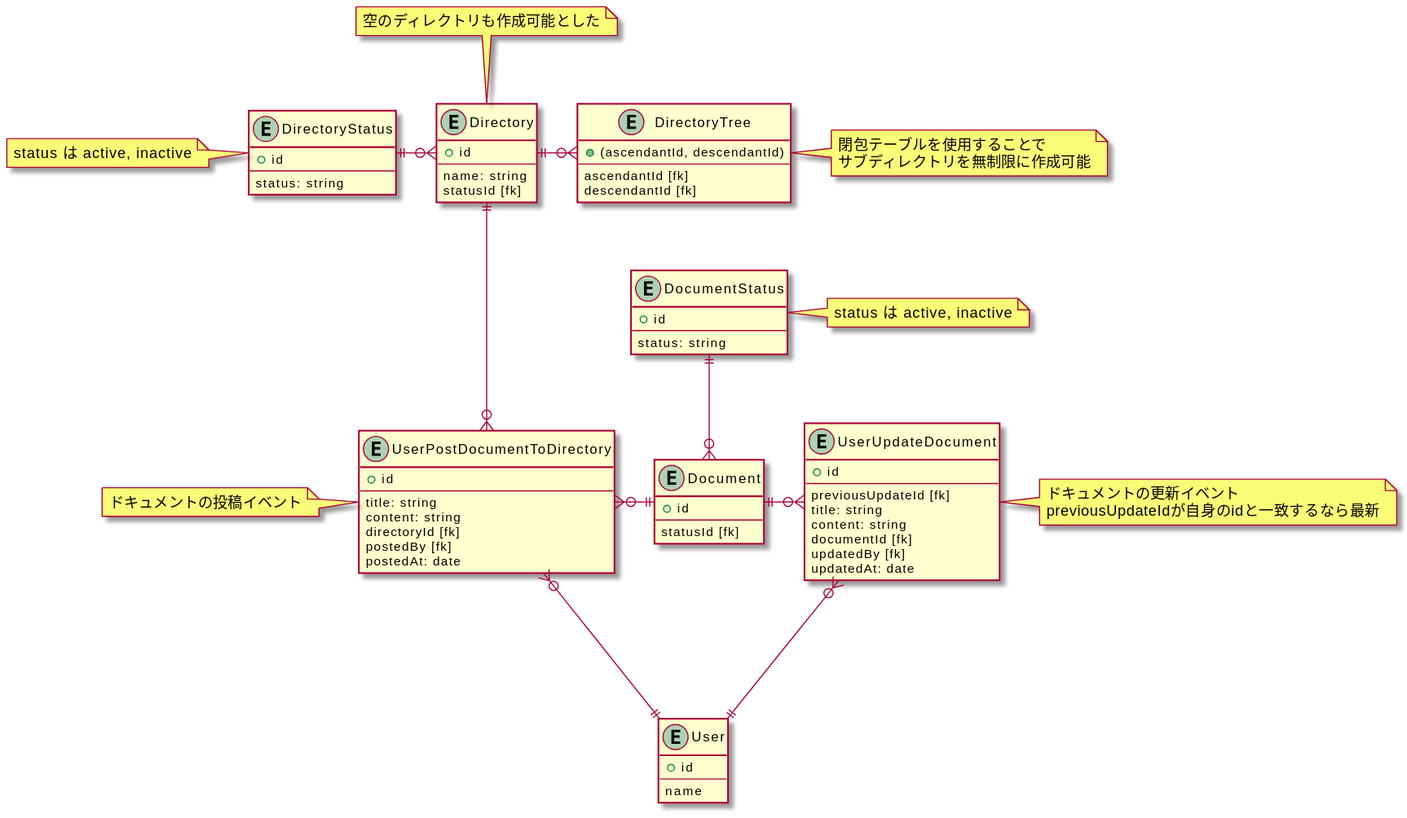
Earlier version of the PlantUML export 03_データベース/16_DBモデリング3/assets/diagram01.svg (sushidesu/prahachallenge).
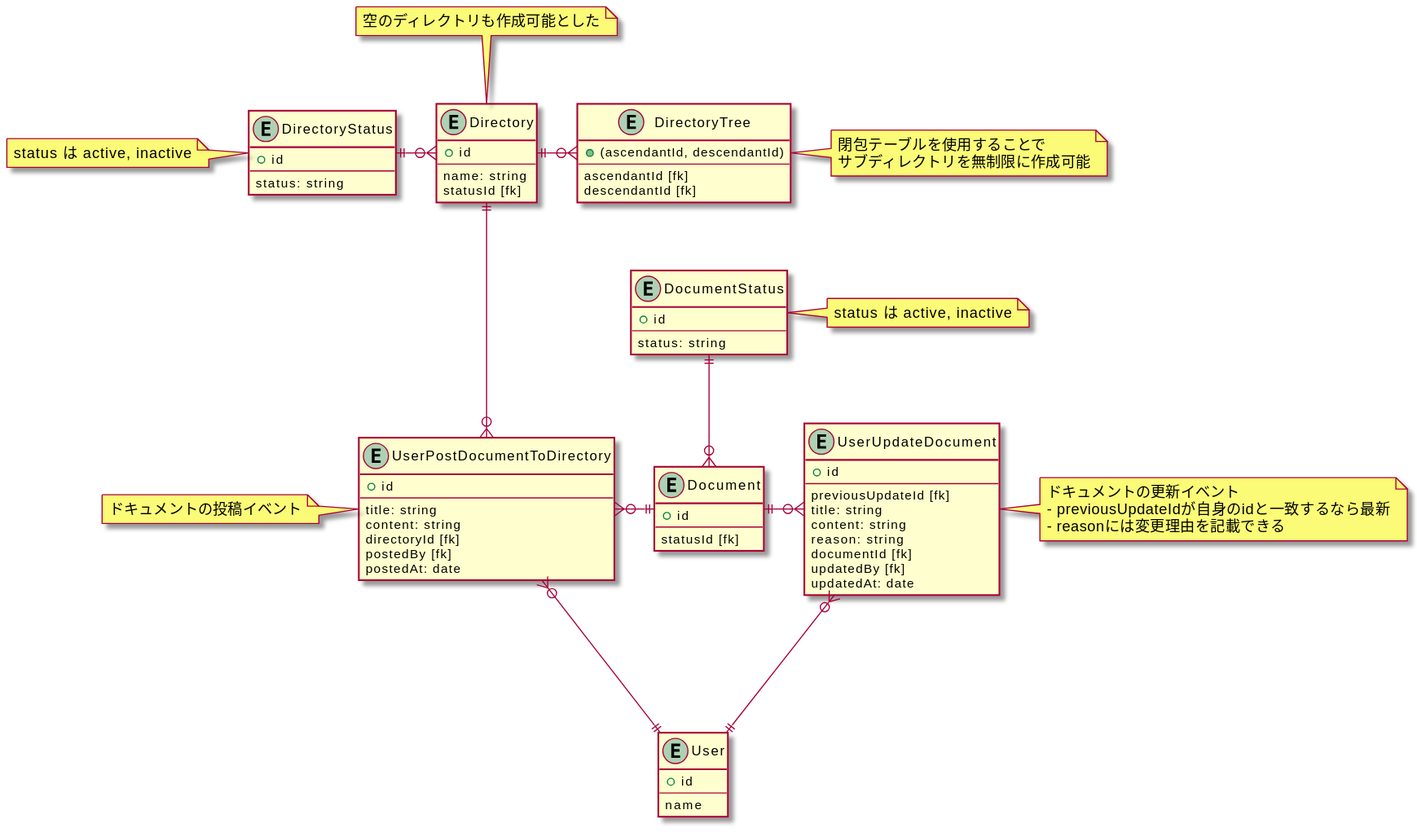
The same diagram one commit later.

Commit message:
reasonカラムを追加

Change to the diagram source:
```diff
@@ -75,13 +75,15 @@
   previousUpdateId [fk]
   title: string
   content: string
+  reason: string
   documentId [fk]
   updatedBy [fk]
   updatedAt: date
 }
 note right
 ドキュメントの更新イベント
-previousUpdateIdが自身のidと一致するなら最新
+- previousUpdateIdが自身のidと一致するなら最新
+- reasonには変更理由を記載できる
 end note
 
 Document ||-o{ UserUpdateDocument
```
